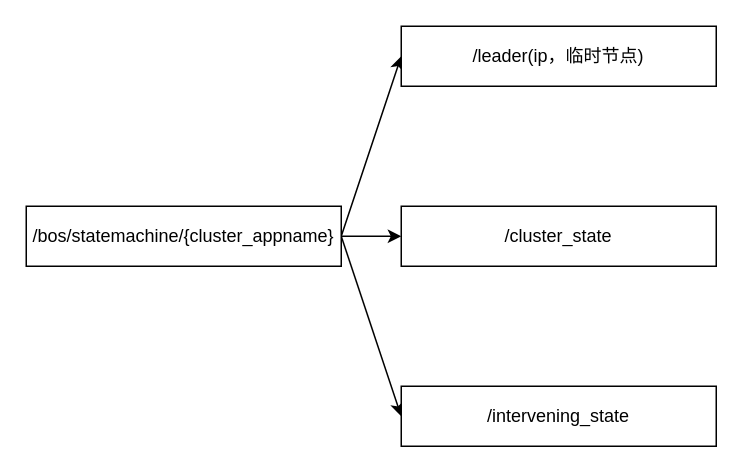
This is bos状态机zk图.drawio from yindongjun/drawio-3, a draw.io file, before an edit. Source tidied: cells renumbered, new cells numbered last; positions are measured from the earlier drawing's top-left corner, leaving out a move shared by most shapes. Both pictures are drawn from the tidied source at 150%, with x=0, y=0 at pixel (26, 26).
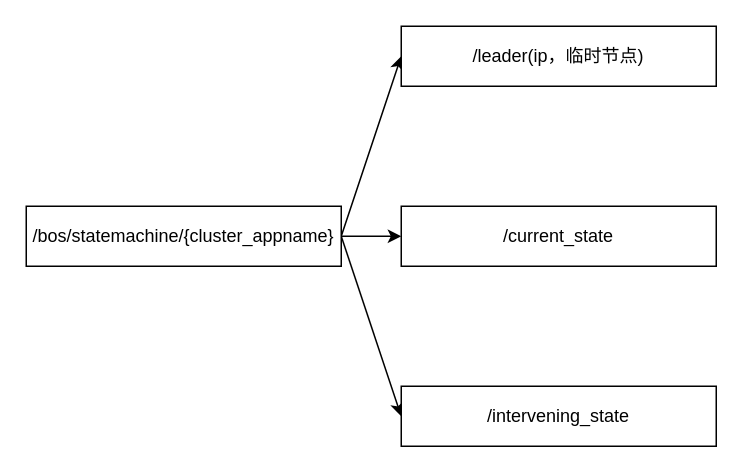
Above is the later version.

Diff of the diagram source:
```diff
@@
 <mxGraphModel>
   <root>
     <mxCell id="0" />
     <mxCell id="1" parent="0" />
     <mxCell id="2" style="edgeStyle=none;rounded=0;jettySize=auto;html=1;entryX=0;entryY=0.5;entryDx=0;entryDy=0;exitX=1;exitY=0.5;exitDx=0;exitDy=0;" parent="1" edge="1" source="5" target="8">
       <mxGeometry relative="1" as="geometry" />
     </mxCell>
     <mxCell id="3" style="edgeStyle=none;rounded=0;jettySize=auto;html=1;entryX=0;entryY=0.5;entryDx=0;entryDy=0;" parent="1" edge="1" source="5" target="7">
       <mxGeometry relative="1" as="geometry" />
     </mxCell>
     <mxCell id="4" style="edgeStyle=none;rounded=0;jettySize=auto;html=1;entryX=0;entryY=0.5;entryDx=0;entryDy=0;exitX=1;exitY=0.5;exitDx=0;exitDy=0;" parent="1" edge="1" source="5" target="6">
       <mxGeometry relative="1" as="geometry" />
     </mxCell>
     <mxCell id="5" value="/bos/statemachine/{cluster_appname}" style="rounded=0;whiteSpace=wrap;html=1;" parent="1" vertex="1">
       <mxGeometry y="120" width="210" height="40" as="geometry" />
     </mxCell>
     <mxCell id="6" value="/intervening_state" style="rounded=0;whiteSpace=wrap;html=1;" parent="1" vertex="1">
       <mxGeometry x="250" y="240" width="210" height="40" as="geometry" />
     </mxCell>
-    <mxCell id="7" value="/cluster_state" style="rounded=0;whiteSpace=wrap;html=1;" parent="1" vertex="1">
+    <mxCell id="7" value="/current_state" style="rounded=0;whiteSpace=wrap;html=1;" parent="1" vertex="1">
       <mxGeometry x="250" y="120" width="210" height="40" as="geometry" />
     </mxCell>
     <mxCell id="8" value="/leader(ip，临时节点)" style="rounded=0;whiteSpace=wrap;html=1;" parent="1" vertex="1">
       <mxGeometry x="250" width="210" height="40" as="geometry" />
     </mxCell>
   </root>
 </mxGraphModel>
```
